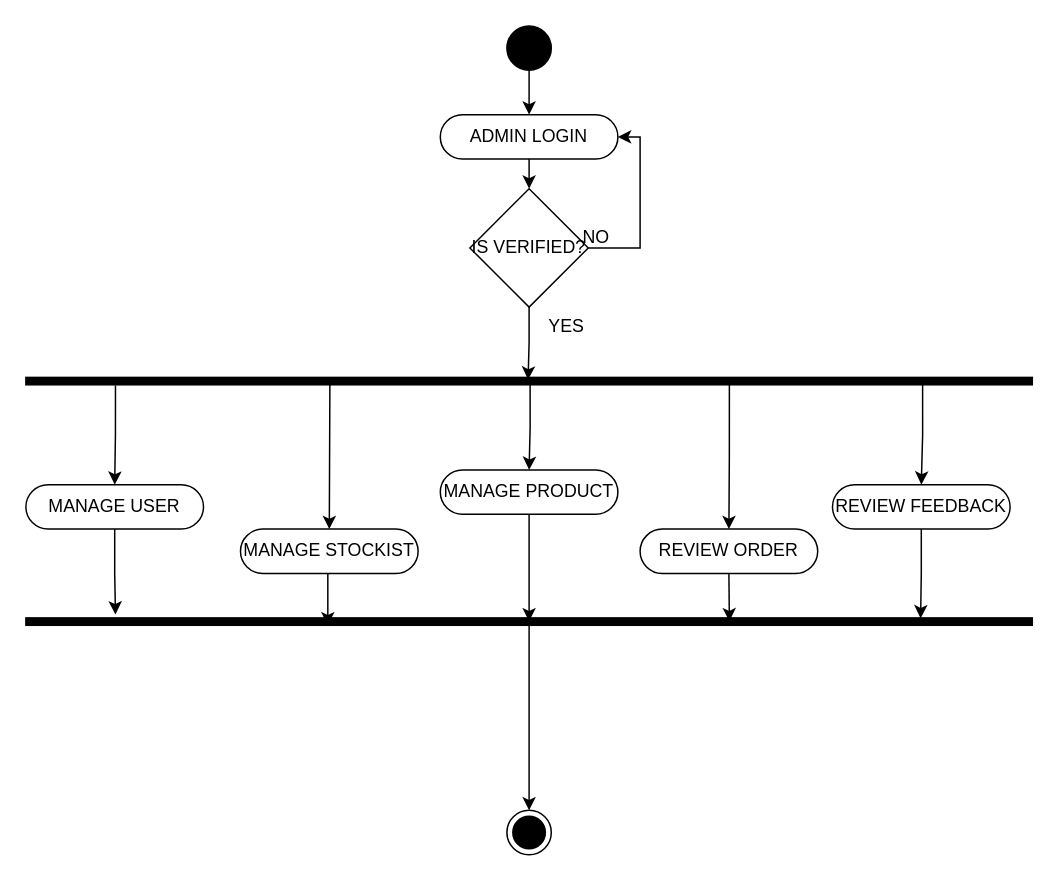
This is page "Page-3" (3 of 3) of gifthamper.drawio from sonukshatriya/flowchart, a draw.io file, before an edit. Source tidied: cells renumbered, new cells numbered last; positions are measured from the earlier drawing's top-left corner, leaving out a move shared by most shapes. Both pictures are drawn from the tidied source at 148%, with x=0, y=0 at pixel (25, 25).
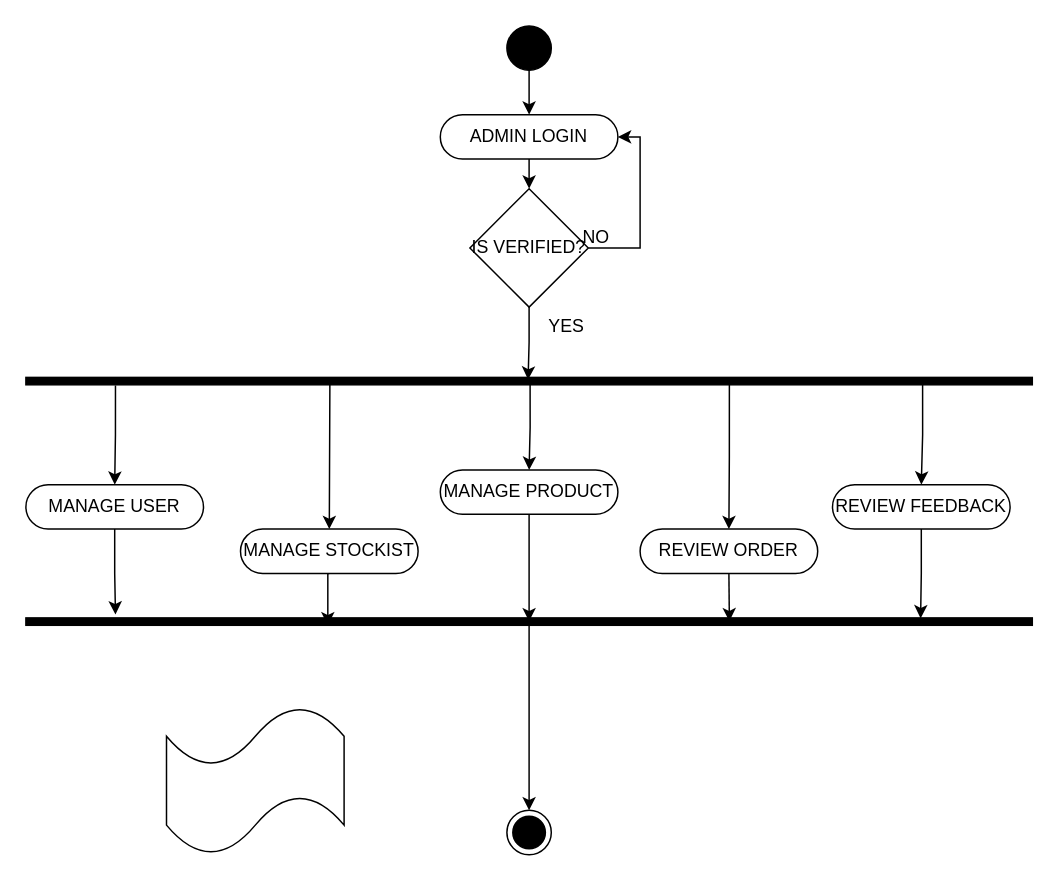
The same page after the edit.

Diff of the diagram source:
```diff
@@
+    <mxCell id="30" style="shape=tape;whiteSpace=wrap;html=1;" parent="1" vertex="1">
+      <mxGeometry x="95" y="460" width="120" height="100" as="geometry" />
+    </mxCell>
```
